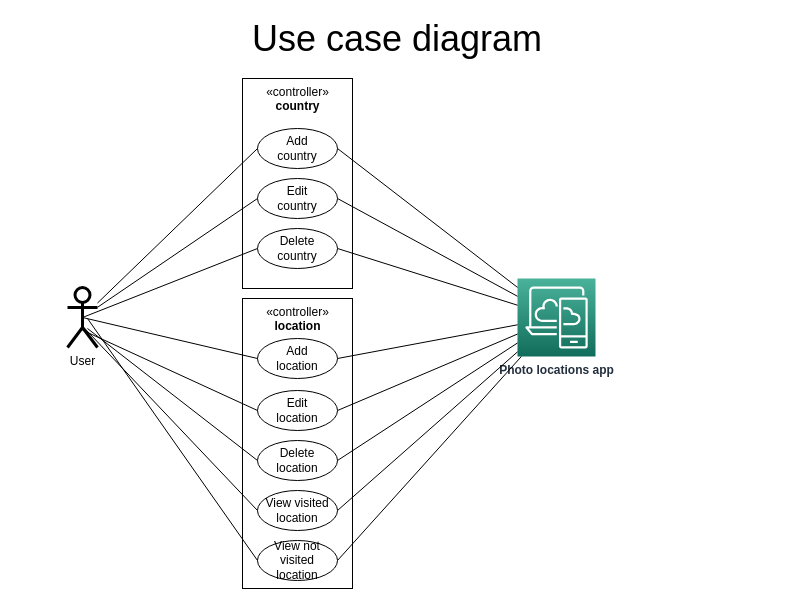
The draw.io diagram page "Use Case" (2 of 2) of Design/Design.drawio in Michalju/PhotoApp, before the edit. Source tidied: cells renumbered, new cells numbered last; positions are measured from the earlier drawing's top-left corner, leaving out a move shared by most shapes. Both pictures are drawn from the tidied source at 100%, with x=0, y=0 at pixel (17, 18).
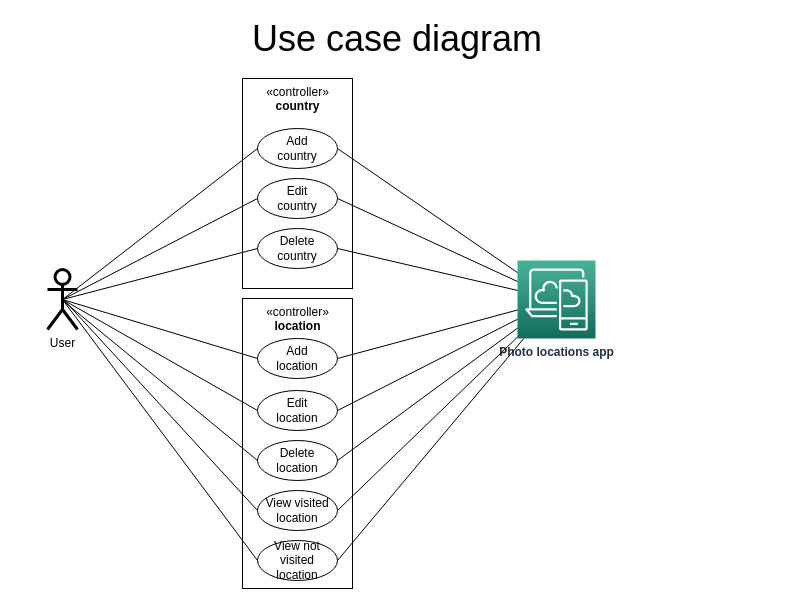
Above is the later version.

Commit message:
tidy up use case diagram

The change refers to these unchanged cells:
```xml
<mxCell id="5" value="Add&lt;br&gt;country" style="ellipse;whiteSpace=wrap;html=1;" parent="1" vertex="1">
  <mxGeometry x="240" y="110" width="80" height="40" as="geometry" />
</mxCell>
<mxCell id="7" value="Edit&lt;br&gt;country" style="ellipse;whiteSpace=wrap;html=1;" parent="1" vertex="1">
  <mxGeometry x="240" y="160" width="80" height="40" as="geometry" />
</mxCell>
<mxCell id="10" value="Edit&lt;br&gt;location" style="ellipse;whiteSpace=wrap;html=1;" parent="1" vertex="1">
  <mxGeometry x="240" y="372" width="80" height="40" as="geometry" />
</mxCell>
<mxCell id="11" value="Delete&lt;br&gt;location" style="ellipse;whiteSpace=wrap;html=1;" parent="1" vertex="1">
  <mxGeometry x="240" y="422" width="80" height="40" as="geometry" />
</mxCell>
<mxCell id="12" value="View visited&lt;br&gt;location" style="ellipse;whiteSpace=wrap;html=1;" parent="1" vertex="1">
  <mxGeometry x="240" y="472" width="80" height="40" as="geometry" />
</mxCell>
<mxCell id="13" value="View not visited&lt;br&gt;location" style="ellipse;whiteSpace=wrap;html=1;" parent="1" vertex="1">
  <mxGeometry x="240" y="522" width="80" height="40" as="geometry" />
</mxCell>
```

What changed in the source:
```diff
@@
     <mxCell id="4" value="User" style="shape=umlActor;verticalLabelPosition=bottom;verticalAlign=top;html=1;strokeWidth=3;" parent="1" vertex="1">
-      <mxGeometry x="50" y="269" width="30" height="60" as="geometry" />
+      <mxGeometry x="30" y="251" width="30" height="60" as="geometry" />
     </mxCell>
@@
     <mxCell id="6" value="Photo locations app" style="outlineConnect=0;fontColor=#232F3E;gradientColor=#4AB29A;gradientDirection=north;fillColor=#116D5B;strokeColor=#ffffff;dashed=0;verticalLabelPosition=bottom;verticalAlign=top;align=center;html=1;fontSize=12;fontStyle=1;shape=mxgraph.aws4.resourceIcon;resIcon=mxgraph.aws4.desktop_and_app_streaming;" parent="1" vertex="1">
-      <mxGeometry x="500" y="260" width="78" height="78" as="geometry" />
+      <mxGeometry x="500" y="242" width="78" height="78" as="geometry" />
     </mxCell>
@@
-    <mxCell id="14" style="endArrow=none;html=1;strokeWidth=1;entryX=0;entryY=0.5;entryDx=0;entryDy=0;" parent="1" edge="1" source="4" target="5">
-      <mxGeometry relative="1" as="geometry" />
+    <mxCell id="14" style="endArrow=none;html=1;strokeWidth=1;entryX=0;entryY=0.5;entryDx=0;entryDy=0;" parent="1" edge="1" target="5">
+      <mxGeometry relative="1" as="geometry">
+        <mxPoint x="45" y="281" as="sourcePoint" />
+      </mxGeometry>
     </mxCell>
-    <mxCell id="15" style="endArrow=none;html=1;strokeWidth=1;entryX=0;entryY=0.5;entryDx=0;entryDy=0;" parent="1" edge="1" source="4" target="7">
-      <mxGeometry relative="1" as="geometry" />
+    <mxCell id="15" style="endArrow=none;html=1;strokeWidth=1;entryX=0;entryY=0.5;entryDx=0;entryDy=0;" parent="1" edge="1" target="7">
+      <mxGeometry relative="1" as="geometry">
+        <mxPoint x="45" y="281" as="sourcePoint" />
+      </mxGeometry>
     </mxCell>
@@
     <mxCell id="18" style="endArrow=none;html=1;strokeWidth=1;entryX=0;entryY=0.5;entryDx=0;entryDy=0;" parent="1" edge="1" target="11">
       <mxGeometry relative="1" as="geometry">
-        <mxPoint x="70" y="310" as="sourcePoint" />
+        <mxPoint x="44" y="281" as="sourcePoint" />
       </mxGeometry>
     </mxCell>
-    <mxCell id="19" style="endArrow=none;html=1;strokeWidth=1;entryX=0;entryY=0.5;entryDx=0;entryDy=0;exitX=0.533;exitY=0.661;exitDx=0;exitDy=0;exitPerimeter=0;" parent="1" edge="1" source="4" target="12">
-      <mxGeometry relative="1" as="geometry" />
+    <mxCell id="19" style="endArrow=none;html=1;strokeWidth=1;entryX=0;entryY=0.5;entryDx=0;entryDy=0;" parent="1" edge="1" target="12">
+      <mxGeometry relative="1" as="geometry">
+        <mxPoint x="46" y="281" as="sourcePoint" />
+      </mxGeometry>
     </mxCell>
-    <mxCell id="20" style="endArrow=none;html=1;strokeWidth=1;entryX=0;entryY=0.5;entryDx=0;entryDy=0;" parent="1" edge="1" target="13">
-      <mxGeometry relative="1" as="geometry">
-        <mxPoint x="70" y="300" as="sourcePoint" />
-      </mxGeometry>
+    <mxCell id="20" style="endArrow=none;html=1;strokeWidth=1;entryX=0;entryY=0.5;entryDx=0;entryDy=0;exitX=0.5;exitY=0.5;exitDx=0;exitDy=0;exitPerimeter=0;" parent="1" edge="1" source="4" target="13">
+      <mxGeometry relative="1" as="geometry" />
     </mxCell>
-    <mxCell id="21" style="endArrow=none;html=1;strokeWidth=1;entryX=0;entryY=0.5;entryDx=0;entryDy=0;exitX=0.5;exitY=0.711;exitDx=0;exitDy=0;exitPerimeter=0;" parent="1" edge="1" source="4" target="10">
+    <mxCell id="21" style="endArrow=none;html=1;strokeWidth=1;entryX=0;entryY=0.5;entryDx=0;entryDy=0;exitX=0.5;exitY=0.5;exitDx=0;exitDy=0;exitPerimeter=0;" parent="1" edge="1" source="4" target="10">
       <mxGeometry relative="1" as="geometry" />
     </mxCell>
```
